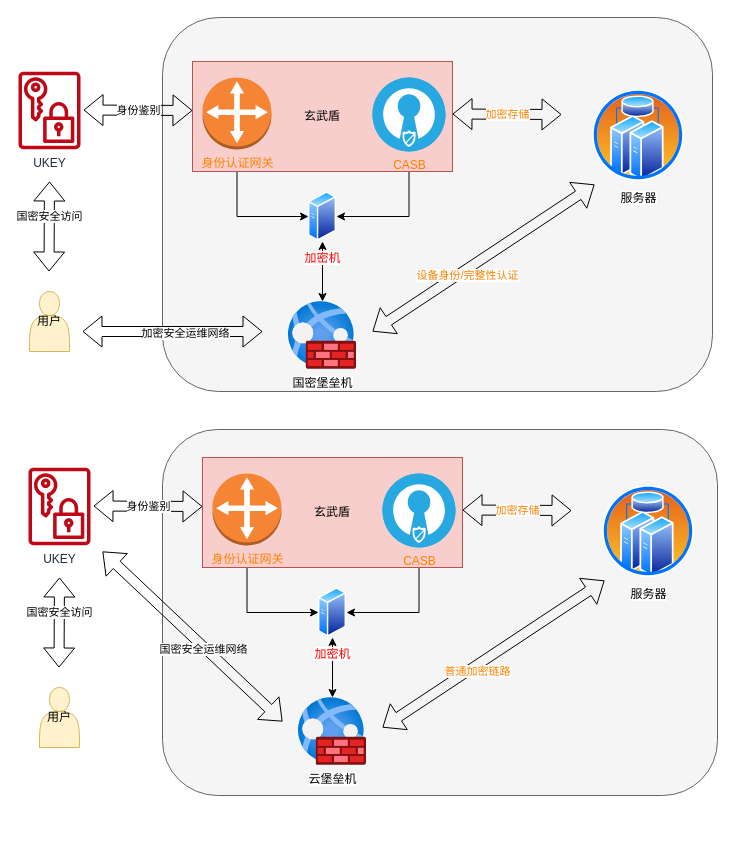
Earlier version of the draw.io diagram Untitled Diagram.drawio (louyu65/HelibRelease.lib). Source tidied: cells renumbered, new cells numbered last; positions are measured from the earlier drawing's top-left corner, leaving out a move shared by most shapes. Both pictures are drawn from the tidied source at 100%, with x=0, y=0 at pixel (18, 17).
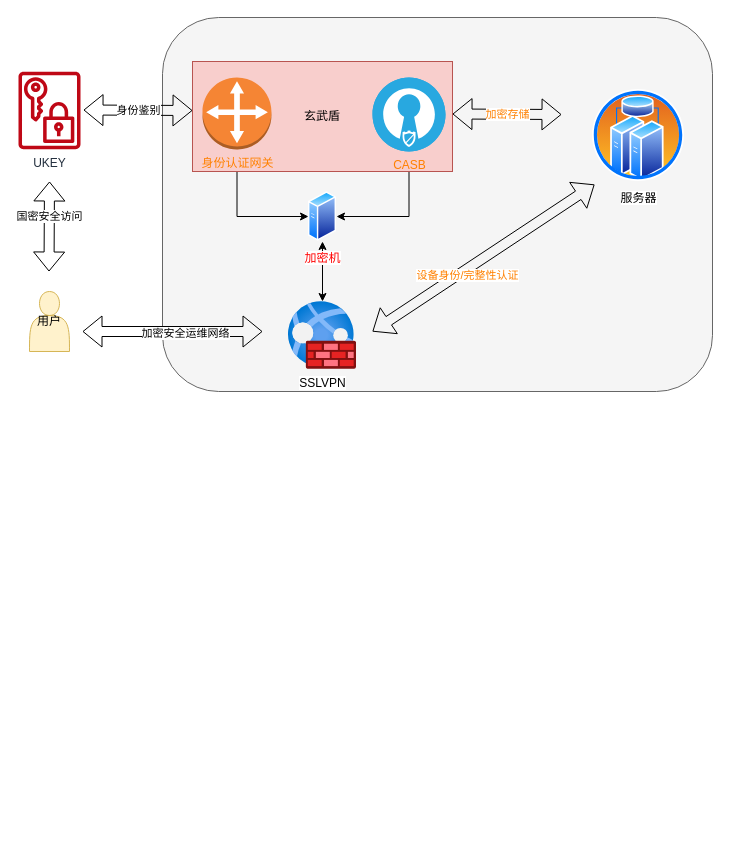
After the change.

What changed in the source:
```diff
@@
-    <mxCell id="3" style="rounded=1;whiteSpace=wrap;html=1;fillColor=#f5f5f5;strokeColor=#666666;fontColor=#333333;" parent="1" vertex="1">
-      <mxGeometry x="144" y="412" width="555" height="366" as="geometry" />
-    </mxCell>
@@
-    <mxCell id="9" value="国密堡垒机" style="html=1;points=[];align=center;image;fontSize=12;image=img/lib/azure2/networking/Web_Application_Firewall_Policies_WAF.svg;" parent="1" vertex="1">
+    <mxCell id="9" value="SSLVPN" style="html=1;points=[];align=center;image;fontSize=12;image=img/lib/azure2/networking/Web_Application_Firewall_Policies_WAF.svg;" parent="1" vertex="1">
       <mxGeometry x="270" y="284" width="68" height="68" as="geometry" />
     </mxCell>
@@
-    <mxCell id="17" value="&lt;div style=&quot;text-align: left&quot;&gt;&lt;br&gt;&lt;/div&gt;" style="text;html=1;align=center;verticalAlign=middle;fillColor=none;strokeColor=none;rounded=0;" parent="1" vertex="1">
-      <mxGeometry x="274" y="447" width="20" height="20" as="geometry" />
-    </mxCell>
@@
-    <mxCell id="21" value="UKEY" style="sketch=0;fontColor=#232F3E;gradientColor=none;fillColor=#BF0816;strokeColor=none;dashed=0;verticalLabelPosition=bottom;verticalAlign=top;align=center;html=1;fontSize=12;fontStyle=0;shape=mxgraph.aws4.data_encryption_key;" parent="1" vertex="1">
-      <mxGeometry x="10" y="450" width="62" height="78" as="geometry" />
-    </mxCell>
-    <mxCell id="22" value="身份鉴别" style="shape=flexArrow;endArrow=classic;startArrow=classic;html=1;rounded=0;" parent="1" edge="1">
-      <mxGeometry relative="1" as="geometry">
-        <mxPoint x="75" y="488.5" as="sourcePoint" />
-        <mxPoint x="184" y="489" as="targetPoint" />
-      </mxGeometry>
-    </mxCell>
-    <mxCell id="23" value="服务器" style="perimeter=ellipsePerimeter;html=1;align=center;shadow=0;dashed=0;spacingTop=3;image;image=img/lib/active_directory/cluster_server.svg;" parent="1" vertex="1">
-      <mxGeometry x="584" y="468" width="92" height="92" as="geometry" />
-    </mxCell>
-    <mxCell id="24" value="&lt;font color=&quot;#ff8000&quot;&gt;加密存储&lt;/font&gt;" style="shape=flexArrow;endArrow=classic;startArrow=classic;html=1;rounded=0;" parent="1" edge="1">
-      <mxGeometry relative="1" as="geometry">
-        <mxPoint x="444" y="492.5" as="sourcePoint" />
-        <mxPoint x="553" y="493" as="targetPoint" />
-      </mxGeometry>
-    </mxCell>
-    <mxCell id="25" style="edgeStyle=orthogonalEdgeStyle;rounded=0;jettySize=auto;html=1;startArrow=classic;startFill=1;" parent="1" edge="1" source="26" target="31">
-      <mxGeometry relative="1" as="geometry" />
-    </mxCell>
-    <mxCell id="26" value="云堡垒机" style="html=1;points=[];align=center;image;fontSize=12;image=img/lib/azure2/networking/Web_Application_Firewall_Policies_WAF.svg;" parent="1" vertex="1">
-      <mxGeometry x="280" y="680" width="68" height="68" as="geometry" />
-    </mxCell>
-    <mxCell id="27" style="shape=flexArrow;endArrow=classic;startArrow=classic;html=1;rounded=0;entryX=0.022;entryY=1.033;entryDx=0;entryDy=0;entryPerimeter=0;" parent="1" edge="1" target="23">
-      <mxGeometry relative="1" as="geometry">
-        <mxPoint x="364" y="710" as="sourcePoint" />
-      </mxGeometry>
-    </mxCell>
-    <mxCell id="28" value="普通加密链路" style="edgeLabel;html=1;align=center;verticalAlign=middle;fontColor=#FF8000;" parent="27" vertex="1">
-      <mxGeometry x="-0.18" y="-4" relative="1" as="geometry">
-        <mxPoint x="1" as="offset" />
-      </mxGeometry>
-    </mxCell>
-    <mxCell id="29" style="shape=flexArrow;endArrow=classic;startArrow=classic;html=1;rounded=0;" parent="1" edge="1">
-      <mxGeometry relative="1" as="geometry">
-        <mxPoint x="84" y="534" as="sourcePoint" />
-        <mxPoint x="264" y="704" as="targetPoint" />
-      </mxGeometry>
-    </mxCell>
-    <mxCell id="30" value="国密安全运维网络" style="edgeLabel;html=1;align=center;verticalAlign=middle;" parent="29" vertex="1">
-      <mxGeometry x="0.14" y="-1" relative="1" as="geometry">
-        <mxPoint x="-1" as="offset" />
-      </mxGeometry>
-    </mxCell>
-    <mxCell id="31" value="&lt;font color=&quot;#ff0000&quot;&gt;加密机&lt;/font&gt;" style="perimeter=ellipsePerimeter;html=1;align=center;shadow=0;dashed=0;spacingTop=3;image;image=img/lib/active_directory/generic_server.svg;" parent="1" vertex="1">
-      <mxGeometry x="300" y="570" width="28" height="50" as="geometry" />
-    </mxCell>
-    <mxCell id="32" style="edgeStyle=orthogonalEdgeStyle;rounded=0;jettySize=auto;html=1;exitX=0.5;exitY=1;exitDx=0;exitDy=0;exitPerimeter=0;entryX=0;entryY=0.5;entryDx=0;entryDy=0;startArrow=classic;startFill=1;" parent="1" edge="1" source="45" target="31">
-      <mxGeometry relative="1" as="geometry" />
-    </mxCell>
-    <mxCell id="33" style="edgeStyle=orthogonalEdgeStyle;rounded=0;jettySize=auto;html=1;exitX=0.5;exitY=1;exitDx=0;exitDy=0;exitPerimeter=0;entryX=1;entryY=0.5;entryDx=0;entryDy=0;startArrow=classic;startFill=1;" parent="1" edge="1" source="46" target="31">
-      <mxGeometry relative="1" as="geometry" />
-    </mxCell>
-    <mxCell id="34" value="&lt;div style=&quot;text-align: left&quot;&gt;&lt;br&gt;&lt;/div&gt;" style="text;html=1;align=center;verticalAlign=middle;fillColor=none;strokeColor=none;rounded=0;" parent="1" vertex="1">
-      <mxGeometry x="284" y="795" width="20" height="20" as="geometry" />
-    </mxCell>
-    <mxCell id="35" value="用户" style="shape=actor;whiteSpace=wrap;html=1;fillColor=#fff2cc;strokeColor=#d6b656;" parent="1" vertex="1">
-      <mxGeometry x="21" y="670" width="40" height="60" as="geometry" />
-    </mxCell>
-    <mxCell id="36" style="shape=flexArrow;endArrow=classic;startArrow=classic;html=1;rounded=0;" parent="1" edge="1">
-      <mxGeometry relative="1" as="geometry">
-        <mxPoint x="40.5" y="650" as="sourcePoint" />
-        <mxPoint x="41" y="560" as="targetPoint" />
-      </mxGeometry>
-    </mxCell>
-    <mxCell id="37" value="国密安全访问" style="edgeLabel;html=1;align=center;verticalAlign=middle;" parent="36" vertex="1">
-      <mxGeometry x="0.24" relative="1" as="geometry" />
-    </mxCell>
@@
-    <mxCell id="43" style="group;" parent="1" vertex="1">
-      <mxGeometry x="184" y="440" width="260" height="110" as="geometry" />
-    </mxCell>
-    <mxCell id="44" value="玄武盾" style="rounded=0;whiteSpace=wrap;html=1;fillColor=#f8cecc;strokeColor=#b85450;" parent="43" vertex="1">
-      <mxGeometry width="260" height="110" as="geometry" />
-    </mxCell>
-    <mxCell id="45" value="&lt;font color=&quot;#ff8000&quot;&gt;身份认证网关&lt;/font&gt;" style="outlineConnect=0;dashed=0;verticalLabelPosition=bottom;verticalAlign=top;align=center;html=1;shape=mxgraph.aws3.customer_gateway;fillColor=#F58534;gradientColor=none;" parent="43" vertex="1">
-      <mxGeometry x="10" y="16" width="69" height="72" as="geometry" />
-    </mxCell>
-    <mxCell id="46" value="&lt;font color=&quot;#ff8000&quot;&gt;CASB&lt;/font&gt;" style="fillColor=#28A8E0;verticalLabelPosition=bottom;sketch=0;html=1;strokeColor=#ffffff;verticalAlign=top;align=center;points=[[0.145,0.145,0],[0.5,0,0],[0.855,0.145,0],[1,0.5,0],[0.855,0.855,0],[0.5,1,0],[0.145,0.855,0],[0,0.5,0]];shape=mxgraph.cisco_safe.compositeIcon;bgIcon=ellipse;resIcon=mxgraph.cisco_safe.capability.casb;" parent="43" vertex="1">
-      <mxGeometry x="180" y="16" width="73" height="74" as="geometry" />
-    </mxCell>
```
